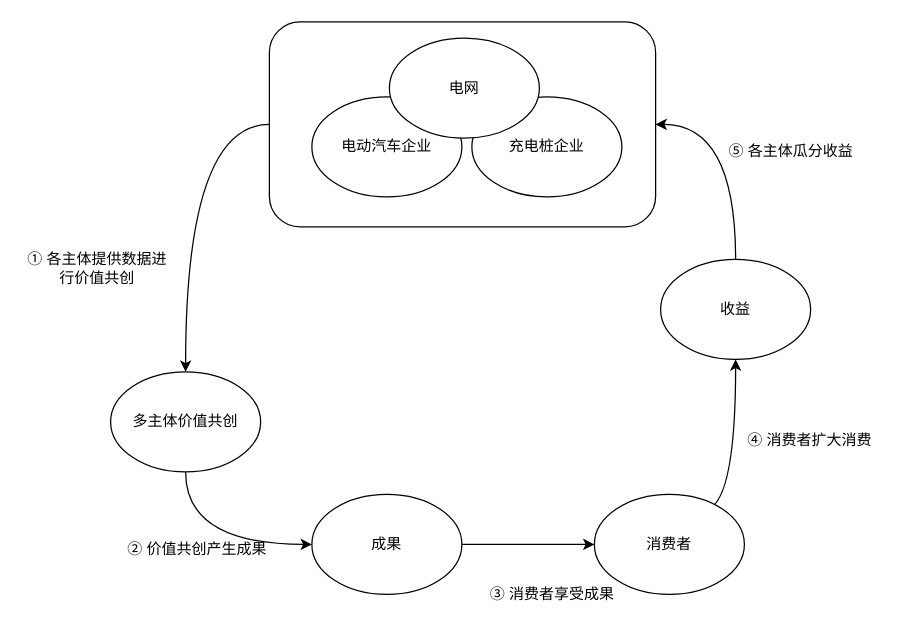
Above: page "第 2 页" (2 of 2) of drawio/数据要素研究内容.drawio in raingnight/Blog_Pic (draw.io), before the change. Source tidied: cells renumbered, new cells numbered last; positions are measured from the earlier drawing's top-left corner, leaving out a move shared by most shapes. Both pictures are drawn from the tidied source at 125%, with x=0, y=0 at pixel (21, 21).
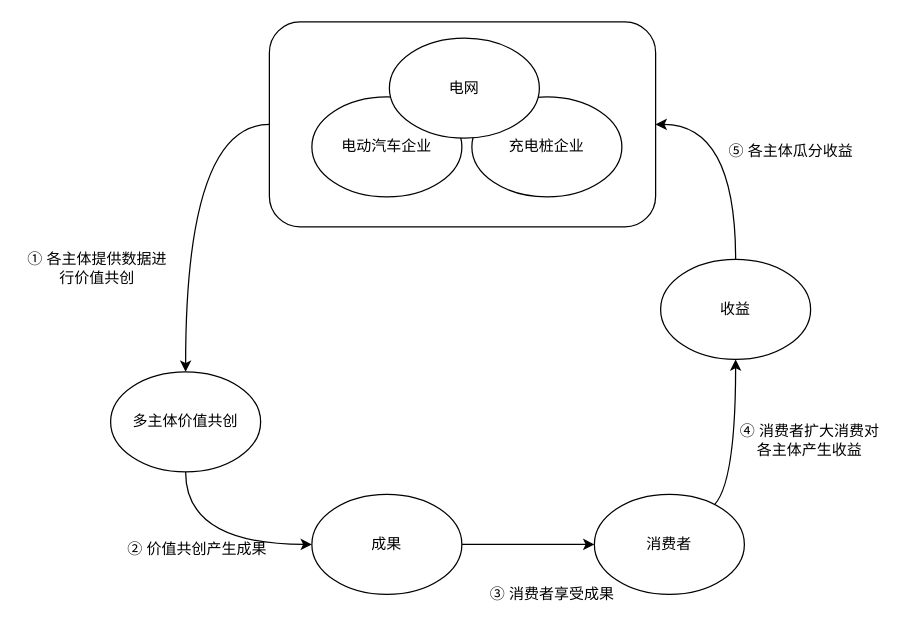
Above is the later version.

Commit message:
更新数据要素研究内容.drawio

Change to the diagram source:
```diff
@@
-    <mxCell id="18" value="④ 消费者扩大消费" style="text;html=1;strokeColor=none;fillColor=none;align=center;verticalAlign=middle;whiteSpace=wrap;rounded=0;" parent="1" vertex="1">
+    <mxCell id="18" value="④ 消费者扩大消费对各主体产生收益" style="text;html=1;strokeColor=none;fillColor=none;align=center;verticalAlign=middle;whiteSpace=wrap;rounded=0;" parent="1" vertex="1">
       <mxGeometry x="570" y="320" width="121" height="30" as="geometry" />
     </mxCell>
```
